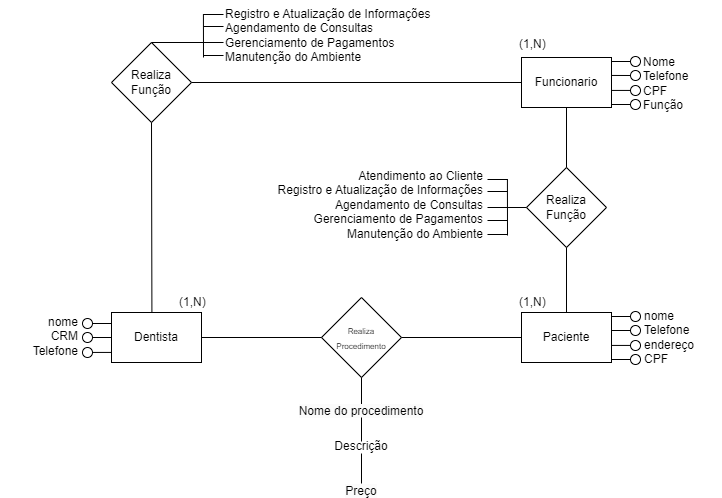
The draw.io diagram ClinicaOdontologica.png in O-Gui/ModelagemDeDados, before a commit. Source tidied: cells renumbered, new cells last; positions are measured from the earlier drawing's top-left corner, leaving out a move shared by most shapes.
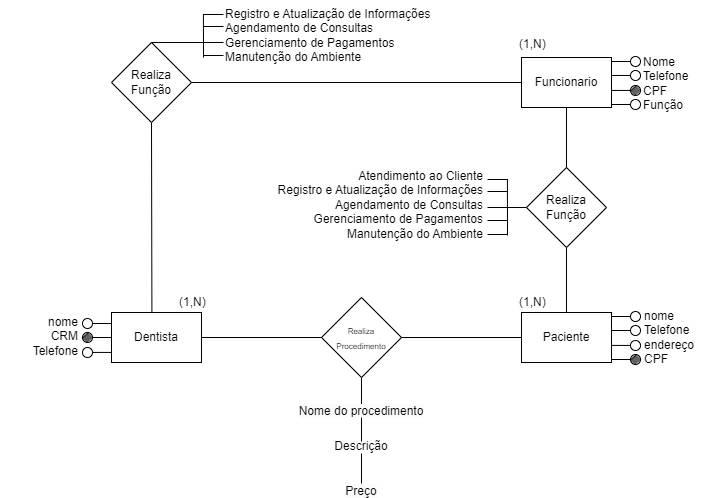
The same file after the commit.

Change to the diagram source:
```diff
@@ -264,5 +264,113 @@
     <mxCell id="62" value="(1,N)" style="text;whiteSpace=wrap;" parent="1" vertex="1">
       <mxGeometry x="517" y="30" width="60" height="40" as="geometry" />
     </mxCell>
+    <mxCell id="63" style="endArrow=none;html=1;rounded=0;entryX=0.607;entryY=0.067;entryDx=0;entryDy=0;entryPerimeter=0;" parent="1" edge="1">
+      <mxGeometry relative="1" as="geometry">
+        <mxPoint x="82" y="338" as="sourcePoint" />
+        <mxPoint x="88.1" y="332.7" as="targetPoint" />
+      </mxGeometry>
+    </mxCell>
+    <mxCell id="64" style="endArrow=none;html=1;rounded=0;entryX=0.607;entryY=0.067;entryDx=0;entryDy=0;entryPerimeter=0;" parent="1" edge="1">
+      <mxGeometry relative="1" as="geometry">
+        <mxPoint x="83" y="339" as="sourcePoint" />
+        <mxPoint x="89.1" y="333.7" as="targetPoint" />
+      </mxGeometry>
+    </mxCell>
+    <mxCell id="65" style="endArrow=none;html=1;rounded=0;entryX=0.607;entryY=0.067;entryDx=0;entryDy=0;entryPerimeter=0;" parent="1" edge="1">
+      <mxGeometry relative="1" as="geometry">
+        <mxPoint x="84" y="340" as="sourcePoint" />
+        <mxPoint x="90.1" y="334.7" as="targetPoint" />
+      </mxGeometry>
+    </mxCell>
+    <mxCell id="66" style="endArrow=none;html=1;rounded=0;entryX=0.607;entryY=0.067;entryDx=0;entryDy=0;entryPerimeter=0;" parent="1" edge="1">
+      <mxGeometry relative="1" as="geometry">
+        <mxPoint x="85" y="341" as="sourcePoint" />
+        <mxPoint x="91.1" y="335.7" as="targetPoint" />
+      </mxGeometry>
+    </mxCell>
+    <mxCell id="67" style="endArrow=none;html=1;rounded=0;entryX=0.607;entryY=0.067;entryDx=0;entryDy=0;entryPerimeter=0;" parent="1" edge="1">
+      <mxGeometry relative="1" as="geometry">
+        <mxPoint x="85.9" y="342" as="sourcePoint" />
+        <mxPoint x="92" y="336.7" as="targetPoint" />
+      </mxGeometry>
+    </mxCell>
+    <mxCell id="68" style="endArrow=none;html=1;rounded=0;entryX=0.607;entryY=0.067;entryDx=0;entryDy=0;entryPerimeter=0;" parent="1" edge="1">
+      <mxGeometry relative="1" as="geometry">
+        <mxPoint x="82" y="337.3" as="sourcePoint" />
+        <mxPoint x="88.1" y="332" as="targetPoint" />
+      </mxGeometry>
+    </mxCell>
+    <mxCell id="69" style="endArrow=none;html=1;rounded=0;entryX=0.607;entryY=0.067;entryDx=0;entryDy=0;entryPerimeter=0;" parent="1" edge="1">
+      <mxGeometry relative="1" as="geometry">
+        <mxPoint x="630" y="360" as="sourcePoint" />
+        <mxPoint x="636.1" y="354.7" as="targetPoint" />
+      </mxGeometry>
+    </mxCell>
+    <mxCell id="70" style="endArrow=none;html=1;rounded=0;entryX=0.607;entryY=0.067;entryDx=0;entryDy=0;entryPerimeter=0;" parent="1" edge="1">
+      <mxGeometry relative="1" as="geometry">
+        <mxPoint x="631" y="361" as="sourcePoint" />
+        <mxPoint x="637.1" y="355.7" as="targetPoint" />
+      </mxGeometry>
+    </mxCell>
+    <mxCell id="71" style="endArrow=none;html=1;rounded=0;entryX=0.607;entryY=0.067;entryDx=0;entryDy=0;entryPerimeter=0;" parent="1" edge="1">
+      <mxGeometry relative="1" as="geometry">
+        <mxPoint x="632" y="362" as="sourcePoint" />
+        <mxPoint x="638.1" y="356.7" as="targetPoint" />
+      </mxGeometry>
+    </mxCell>
+    <mxCell id="72" style="endArrow=none;html=1;rounded=0;entryX=0.607;entryY=0.067;entryDx=0;entryDy=0;entryPerimeter=0;" parent="1" edge="1">
+      <mxGeometry relative="1" as="geometry">
+        <mxPoint x="633" y="363" as="sourcePoint" />
+        <mxPoint x="639.1" y="357.7" as="targetPoint" />
+      </mxGeometry>
+    </mxCell>
+    <mxCell id="73" style="endArrow=none;html=1;rounded=0;entryX=0.607;entryY=0.067;entryDx=0;entryDy=0;entryPerimeter=0;" parent="1" edge="1">
+      <mxGeometry relative="1" as="geometry">
+        <mxPoint x="633.9" y="364" as="sourcePoint" />
+        <mxPoint x="640" y="358.7" as="targetPoint" />
+      </mxGeometry>
+    </mxCell>
+    <mxCell id="74" style="endArrow=none;html=1;rounded=0;entryX=0.607;entryY=0.067;entryDx=0;entryDy=0;entryPerimeter=0;" parent="1" edge="1">
+      <mxGeometry relative="1" as="geometry">
+        <mxPoint x="630" y="359.3" as="sourcePoint" />
+        <mxPoint x="636.1" y="354" as="targetPoint" />
+      </mxGeometry>
+    </mxCell>
+    <mxCell id="75" style="endArrow=none;html=1;rounded=0;entryX=0.607;entryY=0.067;entryDx=0;entryDy=0;entryPerimeter=0;" parent="1" edge="1">
+      <mxGeometry relative="1" as="geometry">
+        <mxPoint x="630" y="91" as="sourcePoint" />
+        <mxPoint x="636.1" y="85.7" as="targetPoint" />
+      </mxGeometry>
+    </mxCell>
+    <mxCell id="76" style="endArrow=none;html=1;rounded=0;entryX=0.607;entryY=0.067;entryDx=0;entryDy=0;entryPerimeter=0;" parent="1" edge="1">
+      <mxGeometry relative="1" as="geometry">
+        <mxPoint x="631" y="92" as="sourcePoint" />
+        <mxPoint x="637.1" y="86.7" as="targetPoint" />
+      </mxGeometry>
+    </mxCell>
+    <mxCell id="77" style="endArrow=none;html=1;rounded=0;entryX=0.607;entryY=0.067;entryDx=0;entryDy=0;entryPerimeter=0;" parent="1" edge="1">
+      <mxGeometry relative="1" as="geometry">
+        <mxPoint x="632" y="93" as="sourcePoint" />
+        <mxPoint x="638.1" y="87.7" as="targetPoint" />
+      </mxGeometry>
+    </mxCell>
+    <mxCell id="78" style="endArrow=none;html=1;rounded=0;entryX=0.607;entryY=0.067;entryDx=0;entryDy=0;entryPerimeter=0;" parent="1" edge="1">
+      <mxGeometry relative="1" as="geometry">
+        <mxPoint x="633" y="94" as="sourcePoint" />
+        <mxPoint x="639.1" y="88.7" as="targetPoint" />
+      </mxGeometry>
+    </mxCell>
+    <mxCell id="79" style="endArrow=none;html=1;rounded=0;entryX=0.607;entryY=0.067;entryDx=0;entryDy=0;entryPerimeter=0;" parent="1" edge="1">
+      <mxGeometry relative="1" as="geometry">
+        <mxPoint x="633.9" y="95" as="sourcePoint" />
+        <mxPoint x="640" y="89.7" as="targetPoint" />
+      </mxGeometry>
+    </mxCell>
+    <mxCell id="80" style="endArrow=none;html=1;rounded=0;entryX=0.607;entryY=0.067;entryDx=0;entryDy=0;entryPerimeter=0;" parent="1" edge="1">
+      <mxGeometry relative="1" as="geometry">
+        <mxPoint x="630" y="90.3" as="sourcePoint" />
+        <mxPoint x="636.1" y="85" as="targetPoint" />
+      </mxGeometry>
+    </mxCell>
   </root>
 </mxGraphModel>
```
